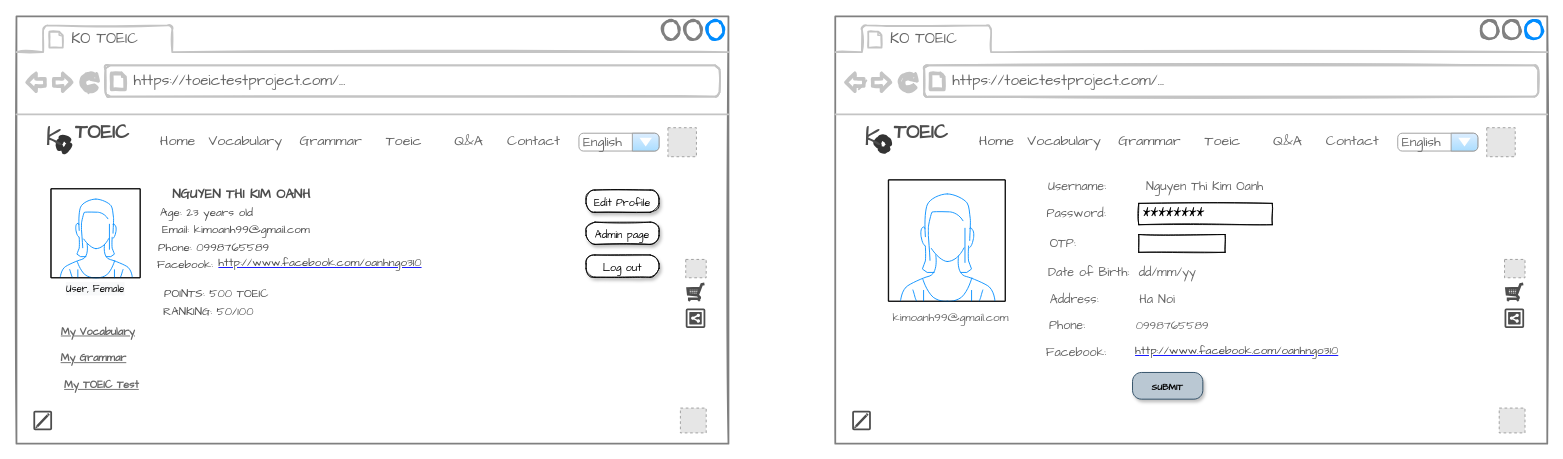
Earlier version of the draw.io diagram MockupsThongtinDiagram.drawio (KimOanh0310/ToeicTestProject). Source tidied: cells renumbered, new cells numbered last; positions are measured from the earlier drawing's top-left corner, leaving out a move shared by most shapes. Both pictures are drawn from the tidied source at 89%, with x=0, y=0 at pixel (16, 16). Pictures stored in the file or linked from it are replaced by grey dashed boxes.
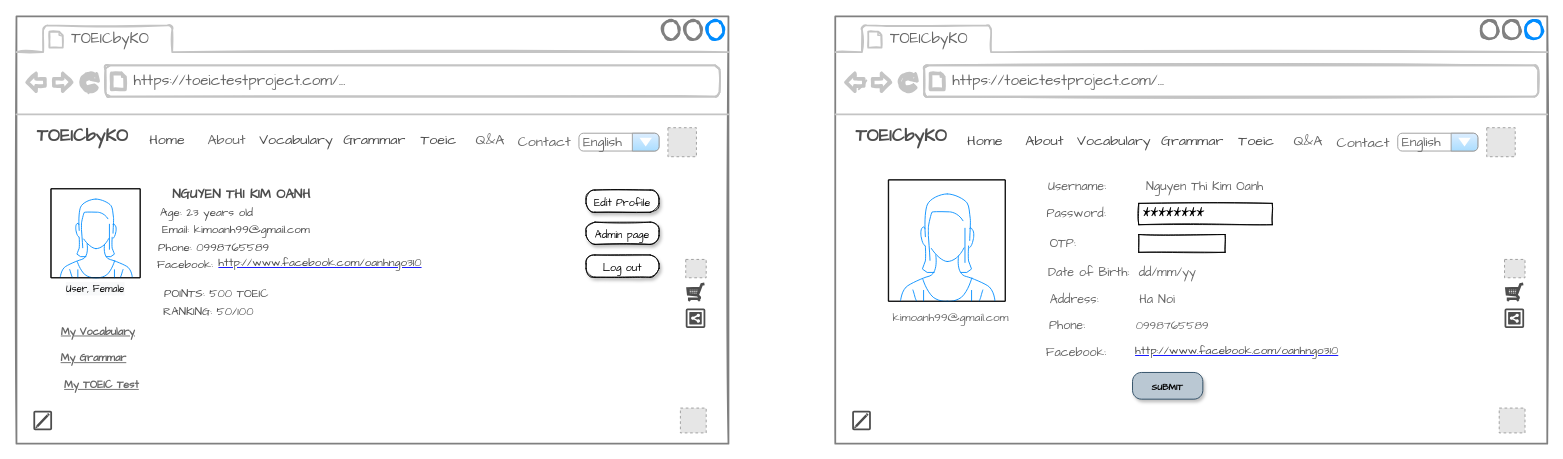
After the change.

Unchanged cells that the change refers to:
```xml
<mxCell id="2" style="strokeWidth=2;shadow=0;dashed=0;align=center;html=1;shape=mxgraph.mockup.containers.browserWindow;rSize=0;strokeColor2=#008cff;strokeColor3=#c4c4c4;mainText=,;glass=0;fontFamily=Comic Sans MS;fontSize=11;rounded=0;strokeColor=#808080;sketch=1;" parent="1" vertex="1">
  <mxGeometry width="800" height="480" as="geometry" />
</mxCell>
<mxCell id="38" style="strokeWidth=2;shadow=0;dashed=0;align=center;html=1;shape=mxgraph.mockup.containers.browserWindow;rSize=0;strokeColor2=#008cff;strokeColor3=#c4c4c4;mainText=,;glass=0;fontFamily=Comic Sans MS;fontSize=11;rounded=0;strokeColor=#808080;sketch=1;" parent="1" vertex="1">
  <mxGeometry x="920" width="800" height="480" as="geometry" />
</mxCell>
```

What changed in the source:
```diff
@@
-    <mxCell id="3" value="KO TOEIC" style="strokeWidth=1;shadow=0;dashed=0;align=center;html=1;shape=mxgraph.mockup.containers.anchor;fontSize=17;fontColor=#666666;align=left;glass=0;fontFamily=Comic Sans MS;fillColor=none;rounded=0;" parent="2" vertex="1">
+    <mxCell id="3" value="TOEICbyKO" style="strokeWidth=1;shadow=0;dashed=0;align=center;html=1;shape=mxgraph.mockup.containers.anchor;fontSize=17;fontColor=#666666;align=left;glass=0;fontFamily=Comic Sans MS;fillColor=none;rounded=0;" parent="2" vertex="1">
       <mxGeometry x="60" y="12" width="110" height="26" as="geometry" />
     </mxCell>
@@
-    <mxCell id="5" style="ellipse;whiteSpace=wrap;html=1;shadow=0;glass=0;fontFamily=Comic Sans MS;fontSize=11;strokeColor=#333333;strokeWidth=7;fillColor=none;dashed=1;dashPattern=1 1;rounded=0;sketch=1;" parent="2" vertex="1">
-      <mxGeometry x="47" y="137" width="13" height="13" as="geometry" />
-    </mxCell>
-    <mxCell id="6" value="&lt;font color=&quot;#4d4d4d&quot; style=&quot;font-size: 30px;&quot;&gt;K&lt;/font&gt;" style="text;html=1;strokeColor=none;fillColor=none;align=center;verticalAlign=middle;whiteSpace=wrap;shadow=0;glass=0;fontFamily=Comic Sans MS;fontSize=11;rounded=0;" parent="2" vertex="1">
-      <mxGeometry x="29" y="120" width="27" height="30" as="geometry" />
+    <mxCell id="6" value="&lt;b style=&quot;font-size: 52px; text-align: left;&quot;&gt;&lt;font style=&quot;font-size: 20px;&quot; color=&quot;#4d4d4d&quot;&gt;TOEICbyKO&lt;/font&gt;&lt;/b&gt;" style="text;html=1;strokeColor=none;fillColor=none;align=center;verticalAlign=middle;whiteSpace=wrap;shadow=0;glass=0;fontFamily=Comic Sans MS;fontSize=11;rounded=0;" parent="2" vertex="1">
+      <mxGeometry x="29" y="110" width="91" height="30" as="geometry" />
     </mxCell>
-    <mxCell id="7" value="&lt;font size=&quot;1&quot; style=&quot;&quot;&gt;&lt;b style=&quot;font-size: 22px;&quot;&gt;TOEIC&lt;/b&gt;&lt;/font&gt;" style="text;html=1;strokeColor=none;fillColor=none;align=center;verticalAlign=middle;whiteSpace=wrap;shadow=0;glass=0;dashed=1;dashPattern=1 1;fontFamily=Comic Sans MS;fontSize=100;fontColor=#4D4D4D;rounded=0;" parent="2" vertex="1">
-      <mxGeometry x="49" y="60" width="95" height="93" as="geometry" />
-    </mxCell>
@@
-    <mxCell id="15" style="strokeWidth=1;shadow=0;dashed=0;align=center;html=1;shape=mxgraph.mockup.forms.rrect;rSize=0;labelBackgroundColor=none;labelBorderColor=none;fontFamily=Comic Sans MS;fontSize=9;strokeColor=#FFFFFF;" parent="2" vertex="1">
-      <mxGeometry x="140" y="129.8" width="490" height="20.2" as="geometry" />
-    </mxCell>
-    <mxCell id="16" value="&lt;font color=&quot;#666666&quot; style=&quot;font-size: 16px;&quot;&gt;Home&lt;/font&gt;" style="strokeWidth=1;shadow=0;dashed=0;align=center;html=1;shape=mxgraph.mockup.forms.rrect;rSize=0;fontSize=17;labelBackgroundColor=none;labelBorderColor=none;fontFamily=Comic Sans MS;strokeColor=#FFFFFF;" parent="15" vertex="1">
-      <mxGeometry width="81.7" height="20.2" as="geometry" />
-    </mxCell>
-    <mxCell id="17" value="&lt;font color=&quot;#666666&quot; style=&quot;font-size: 16px;&quot;&gt;Vocabulary&lt;/font&gt;" style="strokeWidth=1;shadow=0;dashed=0;align=center;html=1;shape=mxgraph.mockup.forms.rrect;rSize=0;fontSize=17;labelBackgroundColor=none;labelBorderColor=none;fontFamily=Comic Sans MS;strokeColor=#FFFFFF;" parent="15" vertex="1">
-      <mxGeometry x="70" width="93.3" height="20.2" as="geometry" />
-    </mxCell>
-    <mxCell id="18" value="&lt;font color=&quot;#666666&quot; style=&quot;font-size: 16px;&quot;&gt;Grammar&lt;/font&gt;" style="strokeWidth=1;shadow=0;dashed=0;align=center;html=1;shape=mxgraph.mockup.forms.rrect;rSize=0;fontSize=17;labelBackgroundColor=none;labelBorderColor=none;fontFamily=Comic Sans MS;strokeColor=#FFFFFF;" parent="15" vertex="1">
-      <mxGeometry x="170" width="86.7" height="20.2" as="geometry" />
-    </mxCell>
-    <mxCell id="19" value="&lt;font color=&quot;#666666&quot; style=&quot;font-size: 16px;&quot;&gt;Toeic&lt;/font&gt;" style="strokeWidth=1;shadow=0;dashed=0;align=center;html=1;shape=mxgraph.mockup.forms.rrect;rSize=0;fontSize=17;labelBackgroundColor=none;labelBorderColor=none;fontFamily=Comic Sans MS;strokeColor=#FFFFFF;" parent="15" vertex="1">
-      <mxGeometry x="260" width="70" height="20.2" as="geometry" />
-    </mxCell>
-    <mxCell id="20" value="&lt;font style=&quot;font-size: 16px;&quot;&gt;Q&amp;amp;A&lt;/font&gt;" style="strokeColor=inherit;fillColor=inherit;gradientColor=inherit;strokeWidth=1;shadow=0;dashed=0;align=center;html=1;shape=mxgraph.mockup.forms.rrect;rSize=0;fontSize=17;fontColor=#666666;labelBackgroundColor=none;labelBorderColor=none;fontFamily=Comic Sans MS;" parent="15" vertex="1">
-      <mxGeometry x="326.7" width="81.7" height="20.2" as="geometry" />
-    </mxCell>
-    <mxCell id="21" value="&lt;font style=&quot;font-size: 16px;&quot;&gt;Contact&lt;/font&gt;" style="strokeColor=inherit;fillColor=inherit;gradientColor=inherit;strokeWidth=1;shadow=0;dashed=0;align=center;html=1;shape=mxgraph.mockup.forms.rrect;rSize=0;fontSize=17;fontColor=#666666;labelBackgroundColor=none;labelBorderColor=none;fontFamily=Comic Sans MS;" parent="15" vertex="1">
-      <mxGeometry x="400" width="81.7" height="20.2" as="geometry" />
-    </mxCell>
@@
+    <mxCell id="74" style="strokeWidth=1;shadow=0;dashed=0;align=center;html=1;shape=mxgraph.mockup.forms.rrect;rSize=0;labelBackgroundColor=none;labelBorderColor=none;sketch=1;fontFamily=Comic Sans MS;fontSize=9;strokeColor=#FFFFFF;" parent="2" vertex="1">
+      <mxGeometry x="133.5" y="129" width="430" height="20.2" as="geometry" />
+    </mxCell>
+    <mxCell id="75" value="&lt;font color=&quot;#4d4d4d&quot; style=&quot;font-size: 16px;&quot;&gt;Home&lt;/font&gt;" style="strokeColor=#FFFFFF;fillColor=#FFFFFF;strokeWidth=1;shadow=0;dashed=0;align=center;html=1;shape=mxgraph.mockup.forms.rrect;rSize=0;fontSize=17;labelBackgroundColor=none;labelBorderColor=none;sketch=0;fontFamily=Comic Sans MS;" parent="74" vertex="1">
+      <mxGeometry width="71.7" height="20.2" as="geometry" />
+    </mxCell>
+    <mxCell id="76" value="&lt;font style=&quot;font-size: 16px;&quot;&gt;About&lt;/font&gt;" style="strokeColor=inherit;fillColor=inherit;gradientColor=inherit;strokeWidth=1;shadow=0;dashed=0;align=center;html=1;shape=mxgraph.mockup.forms.rrect;rSize=0;fontSize=17;fontColor=#666666;labelBackgroundColor=none;labelBorderColor=none;sketch=0;fontFamily=Comic Sans MS;" parent="74" vertex="1">
+      <mxGeometry x="61.4" width="81.9" height="20.2" as="geometry" />
+    </mxCell>
+    <mxCell id="77" value="&lt;font color=&quot;#4d4d4d&quot; style=&quot;font-size: 16px;&quot;&gt;Vocabulary&lt;/font&gt;" style="strokeWidth=1;shadow=0;dashed=0;align=center;html=1;shape=mxgraph.mockup.forms.rrect;rSize=0;fontSize=17;labelBackgroundColor=none;labelBorderColor=none;sketch=0;fontFamily=Comic Sans MS;strokeColor=#FFFFFF;" parent="74" vertex="1">
+      <mxGeometry x="130" width="100" height="20.2" as="geometry" />
+    </mxCell>
+    <mxCell id="78" value="&lt;font color=&quot;#4d4d4d&quot; style=&quot;font-size: 16px;&quot;&gt;Grammar&lt;/font&gt;" style="strokeWidth=1;shadow=0;dashed=0;align=center;html=1;shape=mxgraph.mockup.forms.rrect;rSize=0;fontSize=17;labelBackgroundColor=none;labelBorderColor=none;sketch=0;fontFamily=Comic Sans MS;strokeColor=#FFFFFF;" parent="74" vertex="1">
+      <mxGeometry x="223" width="90" height="20.2" as="geometry" />
+    </mxCell>
+    <mxCell id="79" value="&lt;font color=&quot;#4d4d4d&quot; style=&quot;font-size: 16px;&quot;&gt;Toeic&lt;/font&gt;" style="strokeWidth=1;shadow=0;dashed=0;align=center;html=1;shape=mxgraph.mockup.forms.rrect;rSize=0;fontSize=17;labelBackgroundColor=none;labelBorderColor=none;sketch=0;fontFamily=Comic Sans MS;strokeColor=#FFFFFF;" parent="74" vertex="1">
+      <mxGeometry x="310" width="60" height="20.2" as="geometry" />
+    </mxCell>
+    <mxCell id="80" value="&lt;font style=&quot;font-size: 16px;&quot;&gt;Q&amp;amp;A&lt;/font&gt;" style="strokeColor=inherit;fillColor=inherit;gradientColor=inherit;strokeWidth=1;shadow=0;dashed=0;align=center;html=1;shape=mxgraph.mockup.forms.rrect;rSize=0;fontSize=17;fontColor=#666666;labelBackgroundColor=none;labelBorderColor=none;sketch=0;fontFamily=Comic Sans MS;" parent="74" vertex="1">
+      <mxGeometry x="372" width="52" height="20.2" as="geometry" />
+    </mxCell>
+    <mxCell id="81" value="&lt;font face=&quot;Comic Sans MS&quot; style=&quot;font-size: 16px;&quot;&gt;Contact&lt;/font&gt;" style="strokeColor=inherit;fillColor=inherit;gradientColor=inherit;strokeWidth=1;shadow=0;dashed=0;align=center;html=1;shape=mxgraph.mockup.forms.rrect;rSize=0;fontSize=17;fontColor=#666666;sketch=1;" parent="2" vertex="1">
+      <mxGeometry x="554.5" y="129" width="77.5" height="23.5" as="geometry" />
+    </mxCell>
@@
-    <mxCell id="39" value="KO TOEIC" style="strokeWidth=1;shadow=0;dashed=0;align=center;html=1;shape=mxgraph.mockup.containers.anchor;fontSize=17;fontColor=#666666;align=left;glass=0;fontFamily=Comic Sans MS;fillColor=none;rounded=0;" parent="38" vertex="1">
+    <mxCell id="39" value="TOEICbyKO" style="strokeWidth=1;shadow=0;dashed=0;align=center;html=1;shape=mxgraph.mockup.containers.anchor;fontSize=17;fontColor=#666666;align=left;glass=0;fontFamily=Comic Sans MS;fillColor=none;rounded=0;" parent="38" vertex="1">
       <mxGeometry x="60" y="12" width="110" height="26" as="geometry" />
     </mxCell>
@@
-    <mxCell id="41" style="ellipse;whiteSpace=wrap;html=1;shadow=0;glass=0;fontFamily=Comic Sans MS;fontSize=11;strokeColor=#333333;strokeWidth=7;fillColor=none;dashed=1;dashPattern=1 1;rounded=0;sketch=1;" parent="38" vertex="1">
-      <mxGeometry x="47" y="137" width="13" height="13" as="geometry" />
-    </mxCell>
-    <mxCell id="42" value="&lt;font color=&quot;#4d4d4d&quot; style=&quot;font-size: 30px;&quot;&gt;K&lt;/font&gt;" style="text;html=1;strokeColor=none;fillColor=none;align=center;verticalAlign=middle;whiteSpace=wrap;shadow=0;glass=0;fontFamily=Comic Sans MS;fontSize=11;rounded=0;" parent="38" vertex="1">
-      <mxGeometry x="29" y="120" width="27" height="30" as="geometry" />
+    <mxCell id="42" value="&lt;b style=&quot;font-size: 52px; text-align: left;&quot;&gt;&lt;font style=&quot;font-size: 20px;&quot; color=&quot;#4d4d4d&quot;&gt;TOEICbyKO&lt;/font&gt;&lt;/b&gt;" style="text;html=1;strokeColor=none;fillColor=none;align=center;verticalAlign=middle;whiteSpace=wrap;shadow=0;glass=0;fontFamily=Comic Sans MS;fontSize=11;rounded=0;" parent="38" vertex="1">
+      <mxGeometry x="19" y="110" width="111" height="30" as="geometry" />
     </mxCell>
-    <mxCell id="43" value="&lt;font size=&quot;1&quot; style=&quot;&quot;&gt;&lt;b style=&quot;font-size: 22px;&quot;&gt;TOEIC&lt;/b&gt;&lt;/font&gt;" style="text;html=1;strokeColor=none;fillColor=none;align=center;verticalAlign=middle;whiteSpace=wrap;shadow=0;glass=0;dashed=1;dashPattern=1 1;fontFamily=Comic Sans MS;fontSize=100;fontColor=#4D4D4D;rounded=0;" parent="38" vertex="1">
-      <mxGeometry x="49" y="60" width="95" height="93" as="geometry" />
-    </mxCell>
@@
-    <mxCell id="51" style="strokeWidth=1;shadow=0;dashed=0;align=center;html=1;shape=mxgraph.mockup.forms.rrect;rSize=0;labelBackgroundColor=none;labelBorderColor=none;fontFamily=Comic Sans MS;fontSize=9;strokeColor=#FFFFFF;" parent="38" vertex="1">
-      <mxGeometry x="140" y="129.8" width="490" height="20.2" as="geometry" />
-    </mxCell>
-    <mxCell id="52" value="&lt;font color=&quot;#666666&quot; style=&quot;font-size: 16px;&quot;&gt;Home&lt;/font&gt;" style="strokeWidth=1;shadow=0;dashed=0;align=center;html=1;shape=mxgraph.mockup.forms.rrect;rSize=0;fontSize=17;labelBackgroundColor=none;labelBorderColor=none;fontFamily=Comic Sans MS;strokeColor=#FFFFFF;" parent="51" vertex="1">
-      <mxGeometry width="81.7" height="20.2" as="geometry" />
-    </mxCell>
-    <mxCell id="53" value="&lt;font color=&quot;#666666&quot; style=&quot;font-size: 16px;&quot;&gt;Vocabulary&lt;/font&gt;" style="strokeWidth=1;shadow=0;dashed=0;align=center;html=1;shape=mxgraph.mockup.forms.rrect;rSize=0;fontSize=17;labelBackgroundColor=none;labelBorderColor=none;fontFamily=Comic Sans MS;strokeColor=#FFFFFF;" parent="51" vertex="1">
-      <mxGeometry x="70" width="93.3" height="20.2" as="geometry" />
-    </mxCell>
-    <mxCell id="54" value="&lt;font color=&quot;#666666&quot; style=&quot;font-size: 16px;&quot;&gt;Grammar&lt;/font&gt;" style="strokeWidth=1;shadow=0;dashed=0;align=center;html=1;shape=mxgraph.mockup.forms.rrect;rSize=0;fontSize=17;labelBackgroundColor=none;labelBorderColor=none;fontFamily=Comic Sans MS;strokeColor=#FFFFFF;" parent="51" vertex="1">
-      <mxGeometry x="170" width="86.7" height="20.2" as="geometry" />
-    </mxCell>
-    <mxCell id="55" value="&lt;font color=&quot;#666666&quot; style=&quot;font-size: 16px;&quot;&gt;Toeic&lt;/font&gt;" style="strokeWidth=1;shadow=0;dashed=0;align=center;html=1;shape=mxgraph.mockup.forms.rrect;rSize=0;fontSize=17;labelBackgroundColor=none;labelBorderColor=none;fontFamily=Comic Sans MS;strokeColor=#FFFFFF;" parent="51" vertex="1">
-      <mxGeometry x="260" width="70" height="20.2" as="geometry" />
-    </mxCell>
-    <mxCell id="56" value="&lt;font style=&quot;font-size: 16px;&quot;&gt;Q&amp;amp;A&lt;/font&gt;" style="strokeColor=inherit;fillColor=inherit;gradientColor=inherit;strokeWidth=1;shadow=0;dashed=0;align=center;html=1;shape=mxgraph.mockup.forms.rrect;rSize=0;fontSize=17;fontColor=#666666;labelBackgroundColor=none;labelBorderColor=none;fontFamily=Comic Sans MS;" parent="51" vertex="1">
-      <mxGeometry x="326.7" width="81.7" height="20.2" as="geometry" />
-    </mxCell>
-    <mxCell id="57" value="&lt;font style=&quot;font-size: 16px;&quot;&gt;Contact&lt;/font&gt;" style="strokeColor=inherit;fillColor=inherit;gradientColor=inherit;strokeWidth=1;shadow=0;dashed=0;align=center;html=1;shape=mxgraph.mockup.forms.rrect;rSize=0;fontSize=17;fontColor=#666666;labelBackgroundColor=none;labelBorderColor=none;fontFamily=Comic Sans MS;" parent="51" vertex="1">
-      <mxGeometry x="400" width="81.7" height="20.2" as="geometry" />
-    </mxCell>
@@
+    <mxCell id="82" style="strokeWidth=1;shadow=0;dashed=0;align=center;html=1;shape=mxgraph.mockup.forms.rrect;rSize=0;labelBackgroundColor=none;labelBorderColor=none;sketch=1;fontFamily=Comic Sans MS;fontSize=9;strokeColor=#FFFFFF;" parent="38" vertex="1">
+      <mxGeometry x="132.5" y="130" width="430" height="20.2" as="geometry" />
+    </mxCell>
+    <mxCell id="83" value="&lt;font color=&quot;#4d4d4d&quot; style=&quot;font-size: 16px;&quot;&gt;Home&lt;/font&gt;" style="strokeColor=#FFFFFF;fillColor=#FFFFFF;strokeWidth=1;shadow=0;dashed=0;align=center;html=1;shape=mxgraph.mockup.forms.rrect;rSize=0;fontSize=17;labelBackgroundColor=none;labelBorderColor=none;sketch=0;fontFamily=Comic Sans MS;" parent="82" vertex="1">
+      <mxGeometry width="71.7" height="20.2" as="geometry" />
+    </mxCell>
+    <mxCell id="84" value="&lt;font color=&quot;#4d4d4d&quot; style=&quot;font-size: 16px;&quot;&gt;About&lt;/font&gt;" style="strokeColor=inherit;fillColor=inherit;gradientColor=inherit;strokeWidth=1;shadow=0;dashed=0;align=center;html=1;shape=mxgraph.mockup.forms.rrect;rSize=0;fontSize=17;fontColor=#666666;labelBackgroundColor=none;labelBorderColor=none;sketch=0;fontFamily=Comic Sans MS;" parent="82" vertex="1">
+      <mxGeometry x="61.4" width="81.9" height="20.2" as="geometry" />
+    </mxCell>
+    <mxCell id="85" value="&lt;font color=&quot;#4d4d4d&quot; style=&quot;font-size: 16px;&quot;&gt;Vocabulary&lt;/font&gt;" style="strokeWidth=1;shadow=0;dashed=0;align=center;html=1;shape=mxgraph.mockup.forms.rrect;rSize=0;fontSize=17;labelBackgroundColor=none;labelBorderColor=none;sketch=0;fontFamily=Comic Sans MS;strokeColor=#FFFFFF;" parent="82" vertex="1">
+      <mxGeometry x="130" width="100" height="20.2" as="geometry" />
+    </mxCell>
+    <mxCell id="86" value="&lt;font color=&quot;#4d4d4d&quot; style=&quot;font-size: 16px;&quot;&gt;Grammar&lt;/font&gt;" style="strokeWidth=1;shadow=0;dashed=0;align=center;html=1;shape=mxgraph.mockup.forms.rrect;rSize=0;fontSize=17;labelBackgroundColor=none;labelBorderColor=none;sketch=0;fontFamily=Comic Sans MS;strokeColor=#FFFFFF;" parent="82" vertex="1">
+      <mxGeometry x="223" width="90" height="20.2" as="geometry" />
+    </mxCell>
+    <mxCell id="87" value="&lt;font color=&quot;#4d4d4d&quot; style=&quot;font-size: 16px;&quot;&gt;Toeic&lt;/font&gt;" style="strokeWidth=1;shadow=0;dashed=0;align=center;html=1;shape=mxgraph.mockup.forms.rrect;rSize=0;fontSize=17;labelBackgroundColor=none;labelBorderColor=none;sketch=0;fontFamily=Comic Sans MS;strokeColor=#FFFFFF;" parent="82" vertex="1">
+      <mxGeometry x="310" width="60" height="20.2" as="geometry" />
+    </mxCell>
+    <mxCell id="88" value="&lt;font style=&quot;font-size: 16px;&quot;&gt;Q&amp;amp;A&lt;/font&gt;" style="strokeColor=inherit;fillColor=inherit;gradientColor=inherit;strokeWidth=1;shadow=0;dashed=0;align=center;html=1;shape=mxgraph.mockup.forms.rrect;rSize=0;fontSize=17;fontColor=#666666;labelBackgroundColor=none;labelBorderColor=none;sketch=0;fontFamily=Comic Sans MS;" parent="82" vertex="1">
+      <mxGeometry x="372" width="52" height="20.2" as="geometry" />
+    </mxCell>
+    <mxCell id="89" value="&lt;font face=&quot;Comic Sans MS&quot; style=&quot;font-size: 16px;&quot;&gt;Contact&lt;/font&gt;" style="strokeColor=inherit;fillColor=inherit;gradientColor=inherit;strokeWidth=1;shadow=0;dashed=0;align=center;html=1;shape=mxgraph.mockup.forms.rrect;rSize=0;fontSize=17;fontColor=#666666;sketch=1;" parent="38" vertex="1">
+      <mxGeometry x="554.5" y="130.2" width="77.5" height="23.5" as="geometry" />
+    </mxCell>
```
